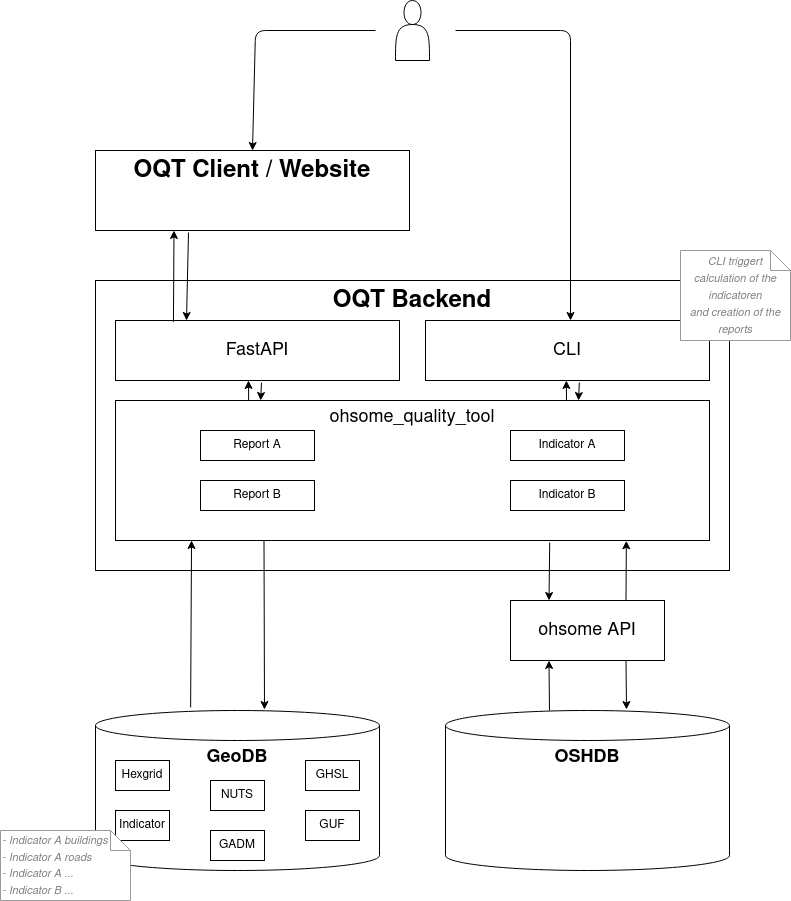
Earlier version of the draw.io export docs/UML-Component-Diagram.png (GIScience/ohsome-quality-api). Source tidied: cells renumbered, new cells last; positions are measured from the earlier drawing's top-left corner, leaving out a move shared by most shapes.
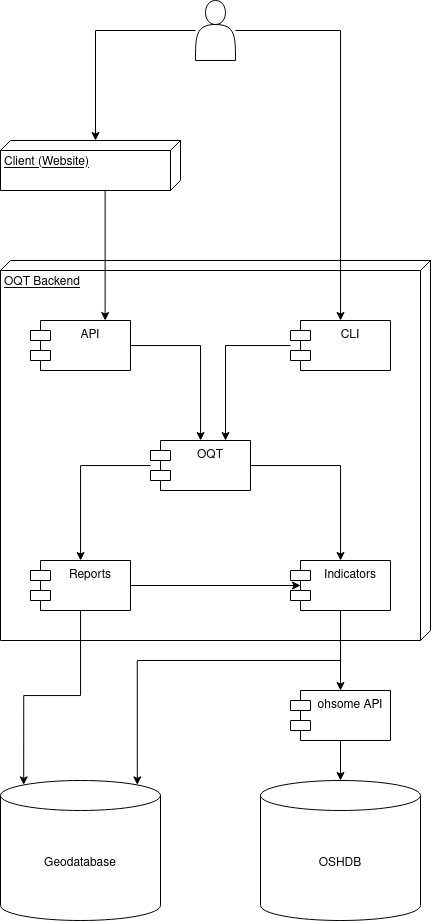
The same file after the commit.

Commit message:
Update component diagram to reflect recent changes

The edit, as a diff of the source:
```diff
@@ -1,145 +1,80 @@
-<mxGraphModel>
+<mxGraphModel background="#ffffff">
   <root>
     <mxCell id="0" />
     <mxCell id="1" parent="0" />
+    <mxCell id="5" value="OQT Backend" style="verticalAlign=top;align=left;spacingTop=8;spacingLeft=2;spacingRight=12;shape=cube;size=10;direction=south;fontStyle=4;html=1;" parent="1" vertex="1">
+      <mxGeometry x="70" y="230" width="430" height="380" as="geometry" />
+    </mxCell>
+    <mxCell id="38" style="edgeStyle=orthogonalEdgeStyle;rounded=0;jettySize=auto;html=1;" parent="1" edge="1" source="39" target="42">
+      <mxGeometry relative="1" as="geometry" />
+    </mxCell>
+    <mxCell id="39" value="API" style="shape=module;align=left;spacingLeft=20;align=center;verticalAlign=top;" parent="1" vertex="1">
+      <mxGeometry x="100" y="290" width="100" height="50" as="geometry" />
+    </mxCell>
+    <mxCell id="40" style="edgeStyle=orthogonalEdgeStyle;rounded=0;jettySize=auto;html=1;" parent="1" edge="1" source="42" target="46">
+      <mxGeometry relative="1" as="geometry" />
+    </mxCell>
+    <mxCell id="41" style="edgeStyle=orthogonalEdgeStyle;rounded=0;jettySize=auto;html=1;" parent="1" edge="1" source="42" target="49">
+      <mxGeometry relative="1" as="geometry" />
+    </mxCell>
+    <mxCell id="42" value="OQT" style="shape=module;align=left;spacingLeft=20;align=center;verticalAlign=top;" parent="1" vertex="1">
+      <mxGeometry x="220" y="410" width="100" height="50" as="geometry" />
+    </mxCell>
+    <mxCell id="43" style="edgeStyle=orthogonalEdgeStyle;rounded=0;jettySize=auto;html=1;entryX=0.75;entryY=0;entryDx=0;entryDy=0;" parent="1" edge="1" source="6" target="42">
+      <mxGeometry relative="1" as="geometry" />
+    </mxCell>
+    <mxCell id="6" value="CLI" style="shape=module;align=left;spacingLeft=20;align=center;verticalAlign=top;" parent="1" vertex="1">
+      <mxGeometry x="360" y="290" width="100" height="50" as="geometry" />
+    </mxCell>
+    <mxCell id="44" style="edgeStyle=orthogonalEdgeStyle;rounded=0;jettySize=auto;html=1;entryX=0.145;entryY=0;entryDx=0;entryDy=4.35;entryPerimeter=0;" parent="1" edge="1" source="46" target="55">
+      <mxGeometry relative="1" as="geometry" />
+    </mxCell>
+    <mxCell id="45" style="edgeStyle=orthogonalEdgeStyle;rounded=0;jettySize=auto;html=1;entryX=0.1;entryY=0.5;entryDx=0;entryDy=0;entryPerimeter=0;" parent="1" edge="1" source="46" target="49">
+      <mxGeometry relative="1" as="geometry" />
+    </mxCell>
+    <mxCell id="46" value="Reports" style="shape=module;align=left;spacingLeft=20;align=center;verticalAlign=top;" parent="1" vertex="1">
+      <mxGeometry x="100" y="530" width="100" height="50" as="geometry" />
+    </mxCell>
+    <mxCell id="47" style="edgeStyle=orthogonalEdgeStyle;rounded=0;jettySize=auto;html=1;" parent="1" edge="1" source="49" target="4">
+      <mxGeometry relative="1" as="geometry" />
+    </mxCell>
+    <mxCell id="48" style="edgeStyle=orthogonalEdgeStyle;rounded=0;jettySize=auto;html=1;entryX=0.855;entryY=0;entryDx=0;entryDy=4.35;entryPerimeter=0;" parent="1" edge="1" source="49" target="55">
+      <mxGeometry relative="1" as="geometry">
+        <Array as="points">
+          <mxPoint x="410" y="630" />
+          <mxPoint x="207" y="630" />
+        </Array>
+      </mxGeometry>
+    </mxCell>
+    <mxCell id="49" value="Indicators" style="shape=module;align=left;spacingLeft=20;align=center;verticalAlign=top;" parent="1" vertex="1">
+      <mxGeometry x="360" y="530" width="100" height="50" as="geometry" />
+    </mxCell>
+    <mxCell id="50" style="edgeStyle=orthogonalEdgeStyle;rounded=0;jettySize=auto;html=1;entryX=0;entryY=0;entryDx=0;entryDy=85;entryPerimeter=0;" parent="1" edge="1" source="52" target="54">
+      <mxGeometry relative="1" as="geometry" />
+    </mxCell>
+    <mxCell id="51" style="edgeStyle=orthogonalEdgeStyle;rounded=0;jettySize=auto;html=1;" parent="1" edge="1" source="52" target="6">
+      <mxGeometry relative="1" as="geometry" />
+    </mxCell>
+    <mxCell id="52" style="shape=actor;whiteSpace=wrap;html=1;flipH=1;" parent="1" vertex="1">
+      <mxGeometry x="265" y="-30" width="40" height="60" as="geometry" />
+    </mxCell>
+    <mxCell id="53" style="rounded=0;jettySize=auto;html=1;entryX=0.75;entryY=0;entryDx=0;entryDy=0;edgeStyle=elbowEdgeStyle;" parent="1" edge="1" source="54" target="39">
+      <mxGeometry relative="1" as="geometry" />
+    </mxCell>
+    <mxCell id="54" value="Client (Website)" style="verticalAlign=top;align=left;spacingTop=8;spacingLeft=2;spacingRight=12;shape=cube;size=10;direction=south;fontStyle=4;html=1;" parent="1" vertex="1">
+      <mxGeometry x="70" y="110" width="180" height="50" as="geometry" />
+    </mxCell>
+    <mxCell id="55" value="Geodatabase" style="shape=cylinder3;whiteSpace=wrap;html=1;boundedLbl=1;backgroundOutline=1;size=15;strokeColor=#000000;fillColor=#ffffff;" parent="1" vertex="1">
+      <mxGeometry x="70" y="750" width="160" height="140" as="geometry" />
+    </mxCell>
-    <mxCell id="2" value="&lt;b&gt;&lt;font style=&quot;font-size: 18px&quot;&gt;OSHDB&lt;/font&gt;&lt;/b&gt;" style="shape=cylinder3;whiteSpace=wrap;html=1;boundedLbl=1;backgroundOutline=1;size=15;verticalAlign=top;" parent="1" vertex="1">
-      <mxGeometry x="445" y="710" width="284" height="160" as="geometry" />
+    <mxCell id="2" value="OSHDB" style="shape=cylinder3;whiteSpace=wrap;html=1;boundedLbl=1;backgroundOutline=1;size=15;strokeColor=#000000;fillColor=#ffffff;" parent="1" vertex="1">
+      <mxGeometry x="330" y="750" width="160" height="140" as="geometry" />
     </mxCell>
-    <mxCell id="3" value="&lt;b&gt;&lt;font style=&quot;font-size: 18px&quot;&gt;GeoDB&lt;/font&gt;&lt;/b&gt;" style="shape=cylinder3;whiteSpace=wrap;html=1;boundedLbl=1;backgroundOutline=1;size=15;verticalAlign=top;" parent="1" vertex="1">
-      <mxGeometry x="95" y="710" width="284" height="160" as="geometry" />
-    </mxCell>
+    <mxCell id="56" style="edgeStyle=orthogonalEdgeStyle;rounded=0;jettySize=auto;html=1;" parent="1" edge="1" source="4" target="2">
+      <mxGeometry relative="1" as="geometry" />
+    </mxCell>
-    <mxCell id="4" value="&lt;font style=&quot;font-size: 18px&quot;&gt;ohsome API&lt;br&gt;&lt;/font&gt;" style="rounded=0;whiteSpace=wrap;html=1;" parent="1" vertex="1">
-      <mxGeometry x="510" y="600" width="154" height="60" as="geometry" />
+    <mxCell id="4" value="ohsome API" style="shape=module;align=left;spacingLeft=20;align=center;verticalAlign=top;strokeColor=#000000;fillColor=#ffffff;" parent="1" vertex="1">
+      <mxGeometry x="360" y="660" width="100" height="50" as="geometry" />
     </mxCell>
-    <mxCell id="5" value="&lt;font style=&quot;font-size: 24px&quot;&gt;&lt;b&gt;&lt;font style=&quot;font-size: 24px&quot;&gt;OQT Backend&lt;/font&gt;&lt;/b&gt;&lt;/font&gt;" style="rounded=0;whiteSpace=wrap;html=1;verticalAlign=top;" parent="1" vertex="1">
-      <mxGeometry x="95" y="280" width="634" height="290" as="geometry" />
-    </mxCell>
-    <mxCell id="6" value="&lt;font style=&quot;font-size: 18px&quot;&gt;CLI&lt;/font&gt;" style="rounded=0;whiteSpace=wrap;html=1;" parent="1" vertex="1">
-      <mxGeometry x="425" y="320" width="284" height="60" as="geometry" />
-    </mxCell>
-    <mxCell id="7" value="&lt;font style=&quot;font-size: 18px&quot;&gt;FastAPI&lt;/font&gt;" style="rounded=0;whiteSpace=wrap;html=1;" parent="1" vertex="1">
-      <mxGeometry x="115" y="320" width="284" height="60" as="geometry" />
-    </mxCell>
-    <mxCell id="8" value="&lt;font style=&quot;font-size: 18px&quot;&gt;ohsome_quality_tool&lt;br&gt;&lt;/font&gt;" style="rounded=0;whiteSpace=wrap;html=1;verticalAlign=top;" parent="1" vertex="1">
-      <mxGeometry x="115" y="400" width="594" height="140" as="geometry" />
-    </mxCell>
-    <mxCell id="9" value="Indicator A" style="rounded=0;whiteSpace=wrap;html=1;" parent="1" vertex="1">
-      <mxGeometry x="510" y="430" width="114" height="30" as="geometry" />
-    </mxCell>
-    <mxCell id="10" value="Indicator B" style="rounded=0;whiteSpace=wrap;html=1;" parent="1" vertex="1">
-      <mxGeometry x="510" y="480" width="114" height="30" as="geometry" />
-    </mxCell>
-    <mxCell id="11" value="Report A" style="rounded=0;whiteSpace=wrap;html=1;" parent="1" vertex="1">
-      <mxGeometry x="200" y="430" width="114" height="30" as="geometry" />
-    </mxCell>
-    <mxCell id="12" value="Report B" style="rounded=0;whiteSpace=wrap;html=1;" parent="1" vertex="1">
-      <mxGeometry x="200" y="480" width="114" height="30" as="geometry" />
-    </mxCell>
-    <mxCell id="13" value="&lt;font style=&quot;font-size: 24px&quot;&gt;&lt;b&gt;&lt;font style=&quot;font-size: 24px&quot;&gt;OQT Client / Website&lt;/font&gt;&lt;/b&gt;&lt;/font&gt;" style="rounded=0;whiteSpace=wrap;html=1;verticalAlign=top;" parent="1" vertex="1">
-      <mxGeometry x="95" y="150" width="314" height="80" as="geometry" />
-    </mxCell>
-    <mxCell id="14" style="endArrow=classic;html=1;entryX=0.25;entryY=1;entryDx=0;entryDy=0;exitX=0.204;exitY=0.024;exitDx=0;exitDy=0;exitPerimeter=0;" parent="1" edge="1" source="7" target="13">
-      <mxGeometry relative="1" as="geometry" />
-    </mxCell>
-    <mxCell id="15" style="endArrow=classic;html=1;entryX=0.25;entryY=0;entryDx=0;entryDy=0;" parent="1" edge="1" target="7">
-      <mxGeometry relative="1" as="geometry">
-        <mxPoint x="188" y="232" as="sourcePoint" />
-      </mxGeometry>
-    </mxCell>
-    <mxCell id="16" style="shape=actor;whiteSpace=wrap;html=1;" parent="1" vertex="1">
-      <mxGeometry x="395" width="34" height="60" as="geometry" />
-    </mxCell>
-    <mxCell id="17" style="endArrow=classic;html=1;entryX=0.5;entryY=0;entryDx=0;entryDy=0;" parent="1" edge="1" target="13">
-      <mxGeometry relative="1" as="geometry">
-        <mxPoint x="375" y="30" as="sourcePoint" />
-        <Array as="points">
-          <mxPoint x="255" y="30" />
-        </Array>
-      </mxGeometry>
-    </mxCell>
-    <mxCell id="18" style="endArrow=classic;html=1;" parent="1" edge="1">
-      <mxGeometry relative="1" as="geometry">
-        <mxPoint x="455" y="30" as="sourcePoint" />
-        <mxPoint x="570" y="320" as="targetPoint" />
-        <Array as="points">
-          <mxPoint x="570" y="30" />
-        </Array>
-      </mxGeometry>
-    </mxCell>
-    <mxCell id="19" style="endArrow=classic;html=1;entryX=0.25;entryY=1;entryDx=0;entryDy=0;" parent="1" edge="1">
-      <mxGeometry relative="1" as="geometry">
-        <mxPoint x="566" y="400" as="sourcePoint" />
-        <mxPoint x="565.8" y="380" as="targetPoint" />
-      </mxGeometry>
-    </mxCell>
-    <mxCell id="20" style="endArrow=classic;html=1;" parent="1" edge="1">
-      <mxGeometry relative="1" as="geometry">
-        <mxPoint x="578.8" y="382" as="sourcePoint" />
-        <mxPoint x="578" y="400" as="targetPoint" />
-      </mxGeometry>
-    </mxCell>
-    <mxCell id="21" style="endArrow=classic;html=1;entryX=0.128;entryY=1;entryDx=0;entryDy=0;exitX=0.335;exitY=-0.019;exitDx=0;exitDy=0;exitPerimeter=0;entryPerimeter=0;" parent="1" edge="1" source="3" target="8">
-      <mxGeometry relative="1" as="geometry" />
-    </mxCell>
-    <mxCell id="22" style="endArrow=classic;html=1;exitX=0.25;exitY=1;exitDx=0;exitDy=0;" parent="1" edge="1" source="8">
-      <mxGeometry relative="1" as="geometry">
-        <mxPoint x="264" y="709" as="targetPoint" />
-      </mxGeometry>
-    </mxCell>
-    <mxCell id="23" style="endArrow=classic;html=1;entryX=0.25;entryY=1;entryDx=0;entryDy=0;" parent="1" edge="1">
-      <mxGeometry relative="1" as="geometry">
-        <mxPoint x="248.2" y="400" as="sourcePoint" />
-        <mxPoint x="248" y="380" as="targetPoint" />
-      </mxGeometry>
-    </mxCell>
-    <mxCell id="24" style="endArrow=classic;html=1;" parent="1" edge="1">
-      <mxGeometry relative="1" as="geometry">
-        <mxPoint x="261" y="382" as="sourcePoint" />
-        <mxPoint x="260.2" y="400" as="targetPoint" />
-      </mxGeometry>
-    </mxCell>
-    <mxCell id="25" style="endArrow=classic;html=1;entryX=0.25;entryY=0;entryDx=0;entryDy=0;exitX=0.731;exitY=1.014;exitDx=0;exitDy=0;exitPerimeter=0;" parent="1" edge="1" source="8" target="4">
-      <mxGeometry relative="1" as="geometry" />
-    </mxCell>
-    <mxCell id="26" style="endArrow=classic;html=1;entryX=0.25;entryY=1;entryDx=0;entryDy=0;" parent="1" edge="1" target="4">
-      <mxGeometry relative="1" as="geometry">
-        <mxPoint x="549" y="710" as="sourcePoint" />
-      </mxGeometry>
-    </mxCell>
-    <mxCell id="27" style="endArrow=classic;html=1;exitX=0.75;exitY=1;exitDx=0;exitDy=0;" parent="1" edge="1" source="4">
-      <mxGeometry relative="1" as="geometry">
-        <mxPoint x="626" y="709" as="targetPoint" />
-      </mxGeometry>
-    </mxCell>
-    <mxCell id="28" value="GUF" style="rounded=0;whiteSpace=wrap;html=1;" parent="1" vertex="1">
-      <mxGeometry x="305" y="810" width="54" height="30" as="geometry" />
-    </mxCell>
-    <mxCell id="29" value="GHSL" style="rounded=0;whiteSpace=wrap;html=1;" parent="1" vertex="1">
-      <mxGeometry x="305" y="760" width="54" height="30" as="geometry" />
-    </mxCell>
-    <mxCell id="30" value="NUTS" style="rounded=0;whiteSpace=wrap;html=1;" parent="1" vertex="1">
-      <mxGeometry x="210" y="780" width="54" height="30" as="geometry" />
-    </mxCell>
-    <mxCell id="31" value="Hexgrid" style="rounded=0;whiteSpace=wrap;html=1;" parent="1" vertex="1">
-      <mxGeometry x="115" y="760" width="54" height="30" as="geometry" />
-    </mxCell>
-    <mxCell id="32" value="GADM" style="rounded=0;whiteSpace=wrap;html=1;" parent="1" vertex="1">
-      <mxGeometry x="210" y="830" width="54" height="30" as="geometry" />
-    </mxCell>
-    <mxCell id="33" value="Indicator" style="rounded=0;whiteSpace=wrap;html=1;" parent="1" vertex="1">
-      <mxGeometry x="115" y="810" width="54" height="30" as="geometry" />
-    </mxCell>
-    <mxCell id="34" value="&lt;font style=&quot;font-size: 11px&quot; color=&quot;#808080&quot;&gt;&lt;i&gt;CLI triggert calculation of the indicatoren&lt;br&gt;and creation of the reports&lt;/i&gt;&lt;/font&gt;" style="shape=note;strokeWidth=1;fontSize=14;size=20;whiteSpace=wrap;html=1;strokeColor=#999999;" parent="1" vertex="1">
-      <mxGeometry x="680" y="250" width="110" height="90" as="geometry" />
-    </mxCell>
-    <mxCell id="35" style="endArrow=classic;html=1;entryX=0.86;entryY=1.002;entryDx=0;entryDy=0;entryPerimeter=0;exitX=0.75;exitY=0;exitDx=0;exitDy=0;" parent="1" edge="1" source="4" target="8">
-      <mxGeometry relative="1" as="geometry" />
-    </mxCell>
-    <mxCell id="36" value="&lt;div align=&quot;left&quot;&gt;&lt;font style=&quot;font-size: 11px&quot; color=&quot;#808080&quot;&gt;&lt;i&gt;- Indicator A buildings&lt;br&gt;- Indicator A roads&lt;br&gt;- Indicator A ...&lt;br&gt;- Indicator B ...&lt;br&gt;&lt;/i&gt;&lt;/font&gt;&lt;/div&gt;" style="shape=note;strokeWidth=1;fontSize=14;size=20;whiteSpace=wrap;html=1;strokeColor=#999999;align=left;" parent="1" vertex="1">
-      <mxGeometry y="830" width="130" height="70" as="geometry" />
-    </mxCell>
-    <mxCell id="37" style="edgeStyle=orthogonalEdgeStyle;rounded=0;orthogonalLoop=1;jettySize=auto;html=1;exitX=0.5;exitY=1;exitDx=0;exitDy=0;" parent="1" edge="1" source="9" target="9">
-      <mxGeometry relative="1" as="geometry" />
-    </mxCell>
   </root>
 </mxGraphModel>
```
